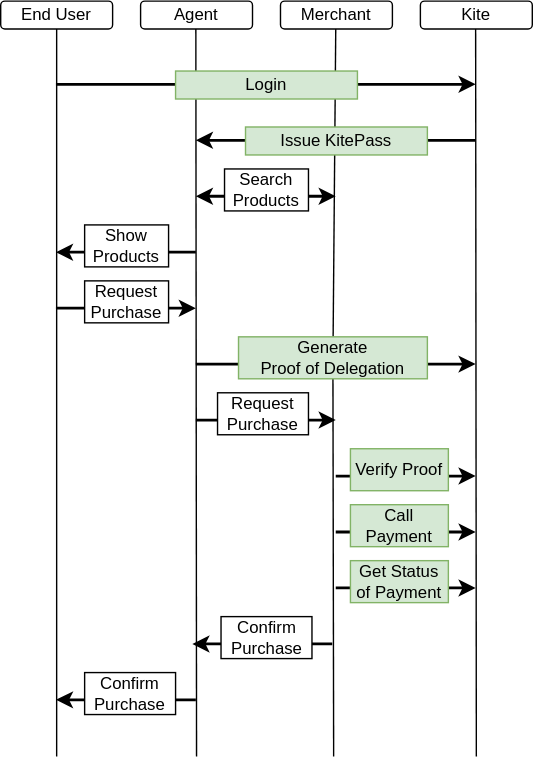
Earlier version of the draw.io export integration-guide/images/EndUserWorkflow.svg (gokite-ai/developer-docs). Source tidied: cells renumbered, new cells last; positions are measured from the earlier drawing's top-left corner, leaving out a move shared by most shapes. The source it was exported from:
```xml
<mxGraphModel>
  <root>
    <mxCell id="0" />
    <mxCell id="1" parent="0" />
    <mxCell id="2" value="End User" style="rounded=1;whiteSpace=wrap;html=1;" parent="1" vertex="1">
      <mxGeometry width="80" height="20" as="geometry" />
    </mxCell>
    <mxCell id="3" value="Agent" style="rounded=1;whiteSpace=wrap;html=1;" parent="1" vertex="1">
      <mxGeometry x="100" width="80" height="20" as="geometry" />
    </mxCell>
    <mxCell id="4" value="Merchant" style="rounded=1;whiteSpace=wrap;html=1;" parent="1" vertex="1">
      <mxGeometry x="200" width="80" height="20" as="geometry" />
    </mxCell>
    <mxCell id="5" value="Kite" style="rounded=1;whiteSpace=wrap;html=1;" parent="1" vertex="1">
      <mxGeometry x="300" width="80" height="20" as="geometry" />
    </mxCell>
    <mxCell id="6" style="endArrow=none;html=1;rounded=0;entryX=0.5;entryY=1;entryDx=0;entryDy=0;" parent="1" edge="1" target="2">
      <mxGeometry relative="1" as="geometry">
        <mxPoint x="40" y="540" as="sourcePoint" />
      </mxGeometry>
    </mxCell>
    <mxCell id="7" style="endArrow=none;html=1;rounded=0;entryX=0.5;entryY=1;entryDx=0;entryDy=0;" parent="1" edge="1">
      <mxGeometry relative="1" as="geometry">
        <mxPoint x="140" y="540" as="sourcePoint" />
        <mxPoint x="139.5" y="20" as="targetPoint" />
      </mxGeometry>
    </mxCell>
    <mxCell id="8" style="endArrow=none;html=1;rounded=0;entryX=0.5;entryY=1;entryDx=0;entryDy=0;" parent="1" edge="1" source="22">
      <mxGeometry relative="1" as="geometry">
        <mxPoint x="239.5" y="20" as="targetPoint" />
      </mxGeometry>
    </mxCell>
    <mxCell id="9" style="endArrow=none;html=1;rounded=0;entryX=0.5;entryY=1;entryDx=0;entryDy=0;" parent="1" edge="1">
      <mxGeometry relative="1" as="geometry">
        <mxPoint x="340" y="540" as="sourcePoint" />
        <mxPoint x="339.5" y="20" as="targetPoint" />
      </mxGeometry>
    </mxCell>
    <mxCell id="10" style="endArrow=classic;html=1;rounded=0;strokeWidth=2;" parent="1" edge="1">
      <mxGeometry relative="1" as="geometry">
        <mxPoint x="40" y="60" as="sourcePoint" />
        <mxPoint x="340" y="60" as="targetPoint" />
      </mxGeometry>
    </mxCell>
    <mxCell id="11" value="Login" style="rounded=0;whiteSpace=wrap;html=1;fillColor=#d5e8d4;strokeColor=#82b366;" parent="1" vertex="1">
      <mxGeometry x="125" y="50" width="130" height="20" as="geometry" />
    </mxCell>
    <mxCell id="12" style="endArrow=classic;html=1;rounded=0;strokeWidth=2;" parent="1" edge="1">
      <mxGeometry relative="1" as="geometry">
        <mxPoint x="340" y="100" as="sourcePoint" />
        <mxPoint x="140" y="100" as="targetPoint" />
      </mxGeometry>
    </mxCell>
    <mxCell id="13" value="Issue KitePass" style="rounded=0;whiteSpace=wrap;html=1;fillColor=#d5e8d4;strokeColor=#82b366;" parent="1" vertex="1">
      <mxGeometry x="175" y="90" width="130" height="20" as="geometry" />
    </mxCell>
    <mxCell id="14" style="endArrow=classic;html=1;rounded=0;startArrow=classic;startFill=1;strokeWidth=2;" parent="1" edge="1">
      <mxGeometry relative="1" as="geometry">
        <mxPoint x="140" y="140" as="sourcePoint" />
        <mxPoint x="240" y="140" as="targetPoint" />
      </mxGeometry>
    </mxCell>
    <mxCell id="15" value="Search Products" style="rounded=0;whiteSpace=wrap;html=1;" parent="1" vertex="1">
      <mxGeometry x="160" y="120" width="60" height="30" as="geometry" />
    </mxCell>
    <mxCell id="16" style="endArrow=classic;html=1;rounded=0;strokeWidth=2;" parent="1" edge="1">
      <mxGeometry relative="1" as="geometry">
        <mxPoint x="140" y="180" as="sourcePoint" />
        <mxPoint x="40" y="180" as="targetPoint" />
      </mxGeometry>
    </mxCell>
    <mxCell id="17" value="Show Products" style="rounded=0;whiteSpace=wrap;html=1;" parent="1" vertex="1">
      <mxGeometry x="60" y="160" width="60" height="30" as="geometry" />
    </mxCell>
    <mxCell id="18" style="endArrow=classic;html=1;rounded=0;strokeWidth=2;" parent="1" edge="1">
      <mxGeometry relative="1" as="geometry">
        <mxPoint x="40" y="220" as="sourcePoint" />
        <mxPoint x="140" y="220" as="targetPoint" />
      </mxGeometry>
    </mxCell>
    <mxCell id="19" value="Request Purchase" style="rounded=0;whiteSpace=wrap;html=1;" parent="1" vertex="1">
      <mxGeometry x="60" y="200" width="60" height="30" as="geometry" />
    </mxCell>
    <mxCell id="20" style="endArrow=classic;html=1;rounded=0;strokeWidth=2;" parent="1" edge="1">
      <mxGeometry relative="1" as="geometry">
        <mxPoint x="140" y="260" as="sourcePoint" />
        <mxPoint x="340" y="260" as="targetPoint" />
      </mxGeometry>
    </mxCell>
    <mxCell id="21" style="endArrow=none;html=1;rounded=0;entryX=0.5;entryY=1;entryDx=0;entryDy=0;" parent="1" edge="1" target="22">
      <mxGeometry relative="1" as="geometry">
        <mxPoint x="238" y="540" as="sourcePoint" />
      </mxGeometry>
    </mxCell>
    <mxCell id="22" value="Generate &lt;br&gt;Proof of Delegation" style="rounded=0;whiteSpace=wrap;html=1;fillColor=#d5e8d4;strokeColor=#82b366;" parent="1" vertex="1">
      <mxGeometry x="170" y="240" width="135" height="30" as="geometry" />
    </mxCell>
    <mxCell id="23" style="endArrow=classic;html=1;rounded=0;strokeWidth=2;" parent="1" edge="1">
      <mxGeometry relative="1" as="geometry">
        <mxPoint x="140" y="300" as="sourcePoint" />
        <mxPoint x="240" y="300" as="targetPoint" />
      </mxGeometry>
    </mxCell>
    <mxCell id="24" value="Request Purchase" style="rounded=0;whiteSpace=wrap;html=1;" parent="1" vertex="1">
      <mxGeometry x="155" y="280" width="65" height="30" as="geometry" />
    </mxCell>
    <mxCell id="25" style="endArrow=classic;html=1;rounded=0;strokeWidth=2;" parent="1" edge="1">
      <mxGeometry relative="1" as="geometry">
        <mxPoint x="240" y="380" as="sourcePoint" />
        <mxPoint x="340" y="380" as="targetPoint" />
      </mxGeometry>
    </mxCell>
    <mxCell id="26" value="Call &lt;br&gt;Payment" style="rounded=0;whiteSpace=wrap;html=1;fillColor=#d5e8d4;strokeColor=#82b366;" parent="1" vertex="1">
      <mxGeometry x="250" y="360" width="70" height="30" as="geometry" />
    </mxCell>
    <mxCell id="27" style="endArrow=classic;html=1;rounded=0;strokeWidth=2;" parent="1" edge="1">
      <mxGeometry relative="1" as="geometry">
        <mxPoint x="237.5" y="460" as="sourcePoint" />
        <mxPoint x="137.5" y="460" as="targetPoint" />
      </mxGeometry>
    </mxCell>
    <mxCell id="28" style="endArrow=classic;html=1;rounded=0;strokeWidth=2;" parent="1" edge="1">
      <mxGeometry relative="1" as="geometry">
        <mxPoint x="240" y="420" as="sourcePoint" />
        <mxPoint x="340" y="420" as="targetPoint" />
      </mxGeometry>
    </mxCell>
    <mxCell id="29" value="Get Status of Payment" style="rounded=0;whiteSpace=wrap;html=1;fillColor=#d5e8d4;strokeColor=#82b366;" parent="1" vertex="1">
      <mxGeometry x="250" y="400" width="70" height="30" as="geometry" />
    </mxCell>
    <mxCell id="30" value="Confirm Purchase" style="rounded=0;whiteSpace=wrap;html=1;" parent="1" vertex="1">
      <mxGeometry x="157.5" y="440" width="65" height="30" as="geometry" />
    </mxCell>
    <mxCell id="31" style="endArrow=classic;html=1;rounded=0;strokeWidth=2;" parent="1" edge="1">
      <mxGeometry relative="1" as="geometry">
        <mxPoint x="140" y="500" as="sourcePoint" />
        <mxPoint x="40" y="500" as="targetPoint" />
      </mxGeometry>
    </mxCell>
    <mxCell id="32" value="Confirm Purchase" style="rounded=0;whiteSpace=wrap;html=1;" parent="1" vertex="1">
      <mxGeometry x="60" y="480" width="65" height="30" as="geometry" />
    </mxCell>
    <mxCell id="33" style="endArrow=classic;html=1;rounded=0;strokeWidth=2;" parent="1" edge="1">
      <mxGeometry relative="1" as="geometry">
        <mxPoint x="240" y="340" as="sourcePoint" />
        <mxPoint x="340" y="340" as="targetPoint" />
      </mxGeometry>
    </mxCell>
    <mxCell id="34" value="Verify Proof" style="rounded=0;whiteSpace=wrap;html=1;fillColor=#d5e8d4;strokeColor=#82b366;" parent="1" vertex="1">
      <mxGeometry x="250" y="320" width="70" height="30" as="geometry" />
    </mxCell>
  </root>
</mxGraphModel>
```
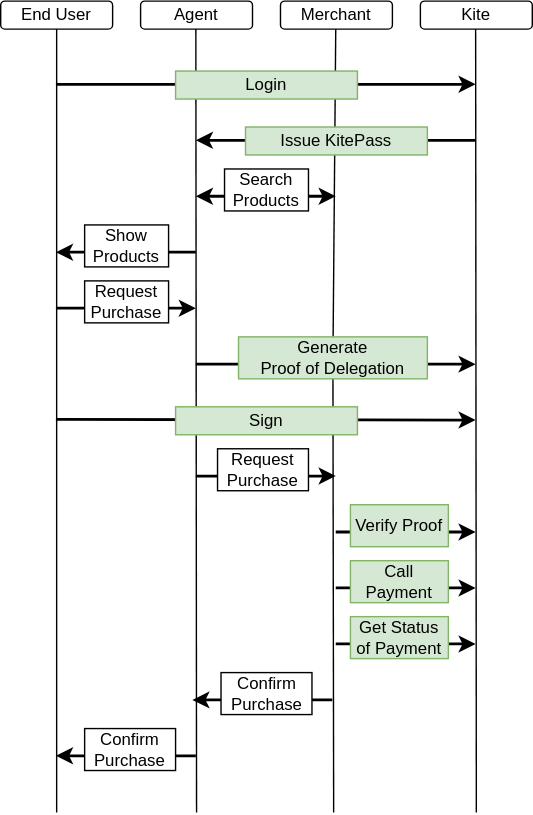
After the commit.

Change to the diagram source:
```diff
@@ -16,12 +16,12 @@
     </mxCell>
     <mxCell id="6" style="endArrow=none;html=1;rounded=0;entryX=0.5;entryY=1;entryDx=0;entryDy=0;" parent="1" edge="1" target="2">
       <mxGeometry relative="1" as="geometry">
-        <mxPoint x="40" y="540" as="sourcePoint" />
+        <mxPoint x="40" y="580" as="sourcePoint" />
       </mxGeometry>
     </mxCell>
     <mxCell id="7" style="endArrow=none;html=1;rounded=0;entryX=0.5;entryY=1;entryDx=0;entryDy=0;" parent="1" edge="1">
       <mxGeometry relative="1" as="geometry">
-        <mxPoint x="140" y="540" as="sourcePoint" />
+        <mxPoint x="140" y="580" as="sourcePoint" />
         <mxPoint x="139.5" y="20" as="targetPoint" />
       </mxGeometry>
     </mxCell>
@@ -32,7 +32,7 @@
     </mxCell>
     <mxCell id="9" style="endArrow=none;html=1;rounded=0;entryX=0.5;entryY=1;entryDx=0;entryDy=0;" parent="1" edge="1">
       <mxGeometry relative="1" as="geometry">
-        <mxPoint x="340" y="540" as="sourcePoint" />
+        <mxPoint x="340" y="580" as="sourcePoint" />
         <mxPoint x="339.5" y="20" as="targetPoint" />
       </mxGeometry>
     </mxCell>
@@ -89,7 +89,7 @@
     </mxCell>
     <mxCell id="21" style="endArrow=none;html=1;rounded=0;entryX=0.5;entryY=1;entryDx=0;entryDy=0;" parent="1" edge="1" target="22">
       <mxGeometry relative="1" as="geometry">
-        <mxPoint x="238" y="540" as="sourcePoint" />
+        <mxPoint x="238" y="580" as="sourcePoint" />
       </mxGeometry>
     </mxCell>
     <mxCell id="22" value="Generate &lt;br&gt;Proof of Delegation" style="rounded=0;whiteSpace=wrap;html=1;fillColor=#d5e8d4;strokeColor=#82b366;" parent="1" vertex="1">
@@ -97,57 +97,66 @@
     </mxCell>
     <mxCell id="23" style="endArrow=classic;html=1;rounded=0;strokeWidth=2;" parent="1" edge="1">
       <mxGeometry relative="1" as="geometry">
-        <mxPoint x="140" y="300" as="sourcePoint" />
-        <mxPoint x="240" y="300" as="targetPoint" />
+        <mxPoint x="140" y="340" as="sourcePoint" />
+        <mxPoint x="240" y="340" as="targetPoint" />
       </mxGeometry>
     </mxCell>
     <mxCell id="24" value="Request Purchase" style="rounded=0;whiteSpace=wrap;html=1;" parent="1" vertex="1">
-      <mxGeometry x="155" y="280" width="65" height="30" as="geometry" />
+      <mxGeometry x="155" y="320" width="65" height="30" as="geometry" />
     </mxCell>
     <mxCell id="25" style="endArrow=classic;html=1;rounded=0;strokeWidth=2;" parent="1" edge="1">
       <mxGeometry relative="1" as="geometry">
-        <mxPoint x="240" y="380" as="sourcePoint" />
-        <mxPoint x="340" y="380" as="targetPoint" />
+        <mxPoint x="240" y="420" as="sourcePoint" />
+        <mxPoint x="340" y="420" as="targetPoint" />
       </mxGeometry>
     </mxCell>
     <mxCell id="26" value="Call &lt;br&gt;Payment" style="rounded=0;whiteSpace=wrap;html=1;fillColor=#d5e8d4;strokeColor=#82b366;" parent="1" vertex="1">
-      <mxGeometry x="250" y="360" width="70" height="30" as="geometry" />
+      <mxGeometry x="250" y="400" width="70" height="30" as="geometry" />
     </mxCell>
     <mxCell id="27" style="endArrow=classic;html=1;rounded=0;strokeWidth=2;" parent="1" edge="1">
       <mxGeometry relative="1" as="geometry">
-        <mxPoint x="237.5" y="460" as="sourcePoint" />
-        <mxPoint x="137.5" y="460" as="targetPoint" />
+        <mxPoint x="237.5" y="500" as="sourcePoint" />
+        <mxPoint x="137.5" y="500" as="targetPoint" />
       </mxGeometry>
     </mxCell>
     <mxCell id="28" style="endArrow=classic;html=1;rounded=0;strokeWidth=2;" parent="1" edge="1">
       <mxGeometry relative="1" as="geometry">
-        <mxPoint x="240" y="420" as="sourcePoint" />
-        <mxPoint x="340" y="420" as="targetPoint" />
+        <mxPoint x="240" y="460" as="sourcePoint" />
+        <mxPoint x="340" y="460" as="targetPoint" />
       </mxGeometry>
     </mxCell>
     <mxCell id="29" value="Get Status of Payment" style="rounded=0;whiteSpace=wrap;html=1;fillColor=#d5e8d4;strokeColor=#82b366;" parent="1" vertex="1">
-      <mxGeometry x="250" y="400" width="70" height="30" as="geometry" />
+      <mxGeometry x="250" y="440" width="70" height="30" as="geometry" />
     </mxCell>
     <mxCell id="30" value="Confirm Purchase" style="rounded=0;whiteSpace=wrap;html=1;" parent="1" vertex="1">
-      <mxGeometry x="157.5" y="440" width="65" height="30" as="geometry" />
+      <mxGeometry x="157.5" y="480" width="65" height="30" as="geometry" />
     </mxCell>
     <mxCell id="31" style="endArrow=classic;html=1;rounded=0;strokeWidth=2;" parent="1" edge="1">
       <mxGeometry relative="1" as="geometry">
-        <mxPoint x="140" y="500" as="sourcePoint" />
-        <mxPoint x="40" y="500" as="targetPoint" />
+        <mxPoint x="140" y="540" as="sourcePoint" />
+        <mxPoint x="40" y="540" as="targetPoint" />
       </mxGeometry>
     </mxCell>
     <mxCell id="32" value="Confirm Purchase" style="rounded=0;whiteSpace=wrap;html=1;" parent="1" vertex="1">
-      <mxGeometry x="60" y="480" width="65" height="30" as="geometry" />
+      <mxGeometry x="60" y="520" width="65" height="30" as="geometry" />
     </mxCell>
     <mxCell id="33" style="endArrow=classic;html=1;rounded=0;strokeWidth=2;" parent="1" edge="1">
       <mxGeometry relative="1" as="geometry">
-        <mxPoint x="240" y="340" as="sourcePoint" />
-        <mxPoint x="340" y="340" as="targetPoint" />
+        <mxPoint x="240" y="380" as="sourcePoint" />
+        <mxPoint x="340" y="380" as="targetPoint" />
       </mxGeometry>
     </mxCell>
     <mxCell id="34" value="Verify Proof" style="rounded=0;whiteSpace=wrap;html=1;fillColor=#d5e8d4;strokeColor=#82b366;" parent="1" vertex="1">
-      <mxGeometry x="250" y="320" width="70" height="30" as="geometry" />
+      <mxGeometry x="250" y="360" width="70" height="30" as="geometry" />
     </mxCell>
+    <mxCell id="35" style="endArrow=classic;html=1;rounded=0;strokeWidth=2;" parent="1" edge="1">
+      <mxGeometry relative="1" as="geometry">
+        <mxPoint x="40" y="299.5" as="sourcePoint" />
+        <mxPoint x="340" y="300" as="targetPoint" />
+      </mxGeometry>
+    </mxCell>
+    <mxCell id="36" value="Sign" style="rounded=0;whiteSpace=wrap;html=1;fillColor=#d5e8d4;strokeColor=#82b366;" parent="1" vertex="1">
+      <mxGeometry x="125" y="290" width="130" height="20" as="geometry" />
+    </mxCell>
   </root>
 </mxGraphModel>
```
